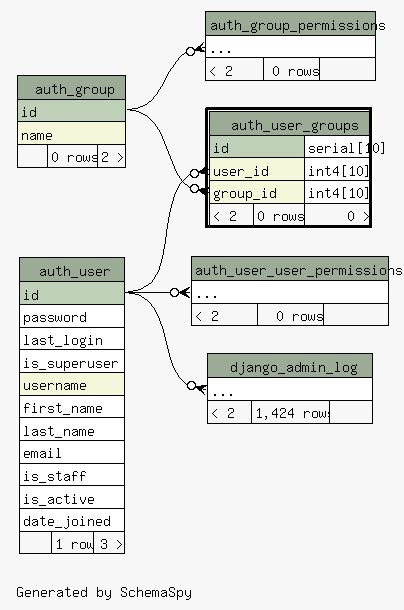
Above: schemaspy/output/diagrams/auth_user_groups.2degrees.png in dsmurrell/smmpdb (Graphviz), before the change. Its source is kept beside it as schemaspy/output/diagrams/auth_user_groups.2degrees.dot. The source it was exported from:
```dot
digraph "twoDegreesRelationshipsDiagram" {
  graph [
    rankdir="RL"
    bgcolor="#f7f7f7"
    label="\nGenerated by SchemaSpy"
    labeljust="l"
    nodesep="0.18"
    ranksep="0.46"
    fontname="Helvetica"
    fontsize="11"
  ];
  node [
    fontname="Helvetica"
    fontsize="11"
    shape="plaintext"
  ];
  edge [
    arrowsize="0.8"
  ];
  "auth_group_permissions":"elipses":w -> "auth_group":"id":e [arrowhead=none dir=back arrowtail=crowodot];
  "auth_user_groups":"group_id":w -> "auth_group":"id":e [arrowhead=none dir=back arrowtail=crowodot];
  "auth_user_groups":"user_id":w -> "auth_user":"id":e [arrowhead=none dir=back arrowtail=crowodot];
  "auth_user_user_permissions":"elipses":w -> "auth_user":"id":e [arrowhead=none dir=back arrowtail=crowodot];
  "django_admin_log":"elipses":w -> "auth_user":"id":e [arrowhead=none dir=back arrowtail=crowodot];
  "auth_group" [
    label=<
    <TABLE BORDER="0" CELLBORDER="1" CELLSPACING="0" BGCOLOR="#ffffff">
      <TR><TD COLSPAN="3" BGCOLOR="#9bab96" ALIGN="CENTER">auth_group</TD></TR>
      <TR><TD PORT="id" COLSPAN="3" BGCOLOR="#bed1b8" ALIGN="LEFT">id</TD></TR>
      <TR><TD PORT="name" COLSPAN="3" BGCOLOR="#f4f7da" ALIGN="LEFT">name</TD></TR>
      <TR><TD ALIGN="LEFT" BGCOLOR="#f7f7f7">  </TD><TD ALIGN="RIGHT" BGCOLOR="#f7f7f7">0 rows</TD><TD ALIGN="RIGHT" BGCOLOR="#f7f7f7">2 &gt;</TD></TR>
    </TABLE>>
    URL="auth_group.html"
    tooltip="auth_group"
  ];
  "auth_group_permissions" [
    label=<
    <TABLE BORDER="0" CELLBORDER="1" CELLSPACING="0" BGCOLOR="#ffffff">
      <TR><TD COLSPAN="3" BGCOLOR="#9bab96" ALIGN="CENTER">auth_group_permissions</TD></TR>
      <TR><TD PORT="elipses" COLSPAN="3" ALIGN="LEFT">...</TD></TR>
      <TR><TD ALIGN="LEFT" BGCOLOR="#f7f7f7">&lt; 2</TD><TD ALIGN="RIGHT" BGCOLOR="#f7f7f7">0 rows</TD><TD ALIGN="RIGHT" BGCOLOR="#f7f7f7">  </TD></TR>
    </TABLE>>
    URL="auth_group_permissions.html"
    tooltip="auth_group_permissions"
  ];
  "auth_user" [
    label=<
    <TABLE BORDER="0" CELLBORDER="1" CELLSPACING="0" BGCOLOR="#ffffff">
      <TR><TD COLSPAN="3" BGCOLOR="#9bab96" ALIGN="CENTER">auth_user</TD></TR>
      <TR><TD PORT="id" COLSPAN="3" BGCOLOR="#bed1b8" ALIGN="LEFT">id</TD></TR>
      <TR><TD PORT="password" COLSPAN="3" ALIGN="LEFT">password</TD></TR>
      <TR><TD PORT="last_login" COLSPAN="3" ALIGN="LEFT">last_login</TD></TR>
      <TR><TD PORT="is_superuser" COLSPAN="3" ALIGN="LEFT">is_superuser</TD></TR>
      <TR><TD PORT="username" COLSPAN="3" BGCOLOR="#f4f7da" ALIGN="LEFT">username</TD></TR>
      <TR><TD PORT="first_name" COLSPAN="3" ALIGN="LEFT">first_name</TD></TR>
      <TR><TD PORT="last_name" COLSPAN="3" ALIGN="LEFT">last_name</TD></TR>
      <TR><TD PORT="email" COLSPAN="3" ALIGN="LEFT">email</TD></TR>
      <TR><TD PORT="is_staff" COLSPAN="3" ALIGN="LEFT">is_staff</TD></TR>
      <TR><TD PORT="is_active" COLSPAN="3" ALIGN="LEFT">is_active</TD></TR>
      <TR><TD PORT="date_joined" COLSPAN="3" ALIGN="LEFT">date_joined</TD></TR>
      <TR><TD ALIGN="LEFT" BGCOLOR="#f7f7f7">  </TD><TD ALIGN="RIGHT" BGCOLOR="#f7f7f7">1 row</TD><TD ALIGN="RIGHT" BGCOLOR="#f7f7f7">3 &gt;</TD></TR>
    </TABLE>>
    URL="auth_user.html"
    tooltip="auth_user"
  ];
  "auth_user_groups" [
    label=<
    <TABLE BORDER="2" CELLBORDER="1" CELLSPACING="0" BGCOLOR="#ffffff">
      <TR><TD COLSPAN="3" BGCOLOR="#9bab96" ALIGN="CENTER">auth_user_groups</TD></TR>
      <TR><TD PORT="id" COLSPAN="2" BGCOLOR="#bed1b8" ALIGN="LEFT">id</TD><TD PORT="id.type" ALIGN="LEFT">serial[10]</TD></TR>
      <TR><TD PORT="user_id" COLSPAN="2" BGCOLOR="#f4f7da" ALIGN="LEFT">user_id</TD><TD PORT="user_id.type" ALIGN="LEFT">int4[10]</TD></TR>
      <TR><TD PORT="group_id" COLSPAN="2" BGCOLOR="#f4f7da" ALIGN="LEFT">group_id</TD><TD PORT="group_id.type" ALIGN="LEFT">int4[10]</TD></TR>
      <TR><TD ALIGN="LEFT" BGCOLOR="#f7f7f7">&lt; 2</TD><TD ALIGN="RIGHT" BGCOLOR="#f7f7f7">0 rows</TD><TD ALIGN="RIGHT" BGCOLOR="#f7f7f7">0 &gt;</TD></TR>
    </TABLE>>
    URL="auth_user_groups.html"
    tooltip="auth_user_groups"
  ];
  "auth_user_user_permissions" [
    label=<
    <TABLE BORDER="0" CELLBORDER="1" CELLSPACING="0" BGCOLOR="#ffffff">
      <TR><TD COLSPAN="3" BGCOLOR="#9bab96" ALIGN="CENTER">auth_user_user_permissions</TD></TR>
      <TR><TD PORT="elipses" COLSPAN="3" ALIGN="LEFT">...</TD></TR>
      <TR><TD ALIGN="LEFT" BGCOLOR="#f7f7f7">&lt; 2</TD><TD ALIGN="RIGHT" BGCOLOR="#f7f7f7">0 rows</TD><TD ALIGN="RIGHT" BGCOLOR="#f7f7f7">  </TD></TR>
    </TABLE>>
    URL="auth_user_user_permissions.html"
    tooltip="auth_user_user_permissions"
  ];
  "django_admin_log" [
    label=<
    <TABLE BORDER="0" CELLBORDER="1" CELLSPACING="0" BGCOLOR="#ffffff">
      <TR><TD COLSPAN="3" BGCOLOR="#9bab96" ALIGN="CENTER">django_admin_log</TD></TR>
      <TR><TD PORT="elipses" COLSPAN="3" ALIGN="LEFT">...</TD></TR>
      <TR><TD ALIGN="LEFT" BGCOLOR="#f7f7f7">&lt; 2</TD><TD ALIGN="RIGHT" BGCOLOR="#f7f7f7">1,424 rows</TD><TD ALIGN="RIGHT" BGCOLOR="#f7f7f7">  </TD></TR>
    </TABLE>>
    URL="django_admin_log.html"
    tooltip="django_admin_log"
  ];
}
```
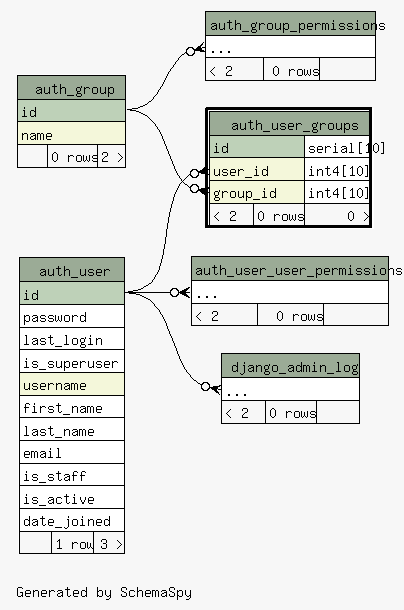
Above is the later version.

Diff of the diagram source:
```diff
@@ -90,7 +90,7 @@
     <TABLE BORDER="0" CELLBORDER="1" CELLSPACING="0" BGCOLOR="#ffffff">
       <TR><TD COLSPAN="3" BGCOLOR="#9bab96" ALIGN="CENTER">django_admin_log</TD></TR>
       <TR><TD PORT="elipses" COLSPAN="3" ALIGN="LEFT">...</TD></TR>
-      <TR><TD ALIGN="LEFT" BGCOLOR="#f7f7f7">&lt; 2</TD><TD ALIGN="RIGHT" BGCOLOR="#f7f7f7">1,424 rows</TD><TD ALIGN="RIGHT" BGCOLOR="#f7f7f7">  </TD></TR>
+      <TR><TD ALIGN="LEFT" BGCOLOR="#f7f7f7">&lt; 2</TD><TD ALIGN="RIGHT" BGCOLOR="#f7f7f7">0 rows</TD><TD ALIGN="RIGHT" BGCOLOR="#f7f7f7">  </TD></TR>
     </TABLE>>
     URL="django_admin_log.html"
     tooltip="django_admin_log"
```
